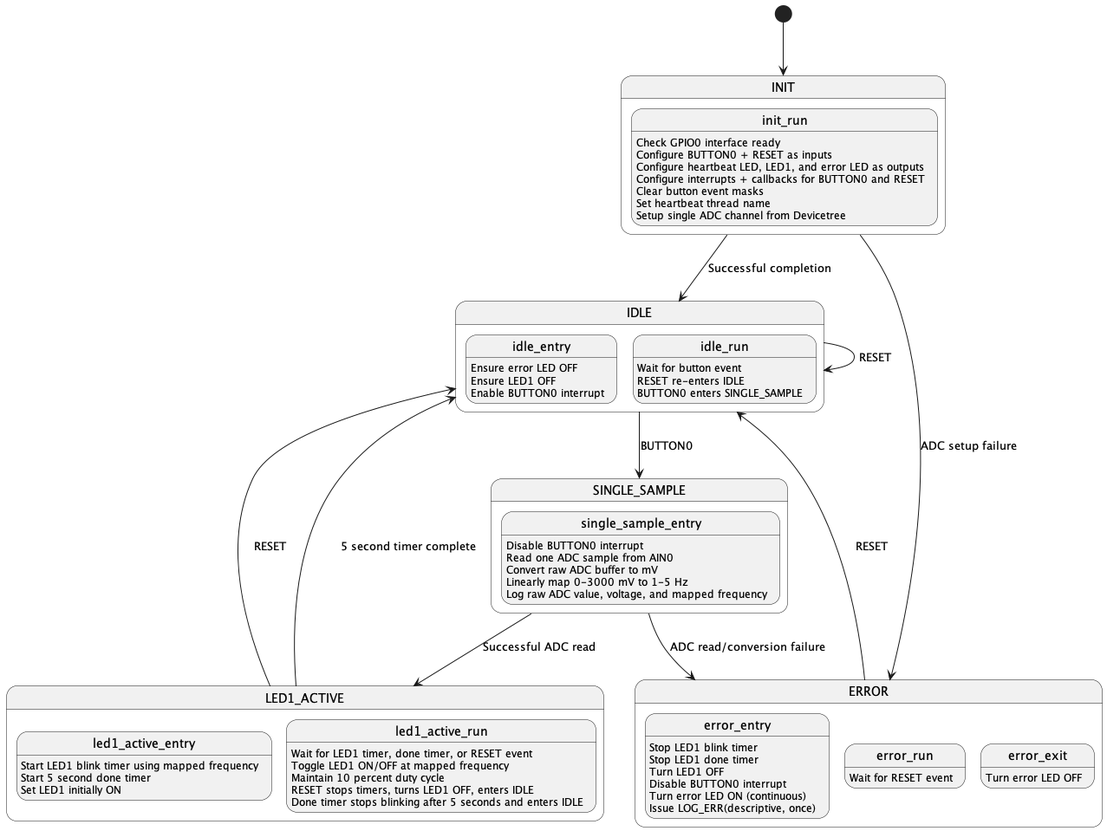
Before: docs/state_diagram.png, a diagram exported from PlantUML (nikhilmethi/ZephyrRTOS).
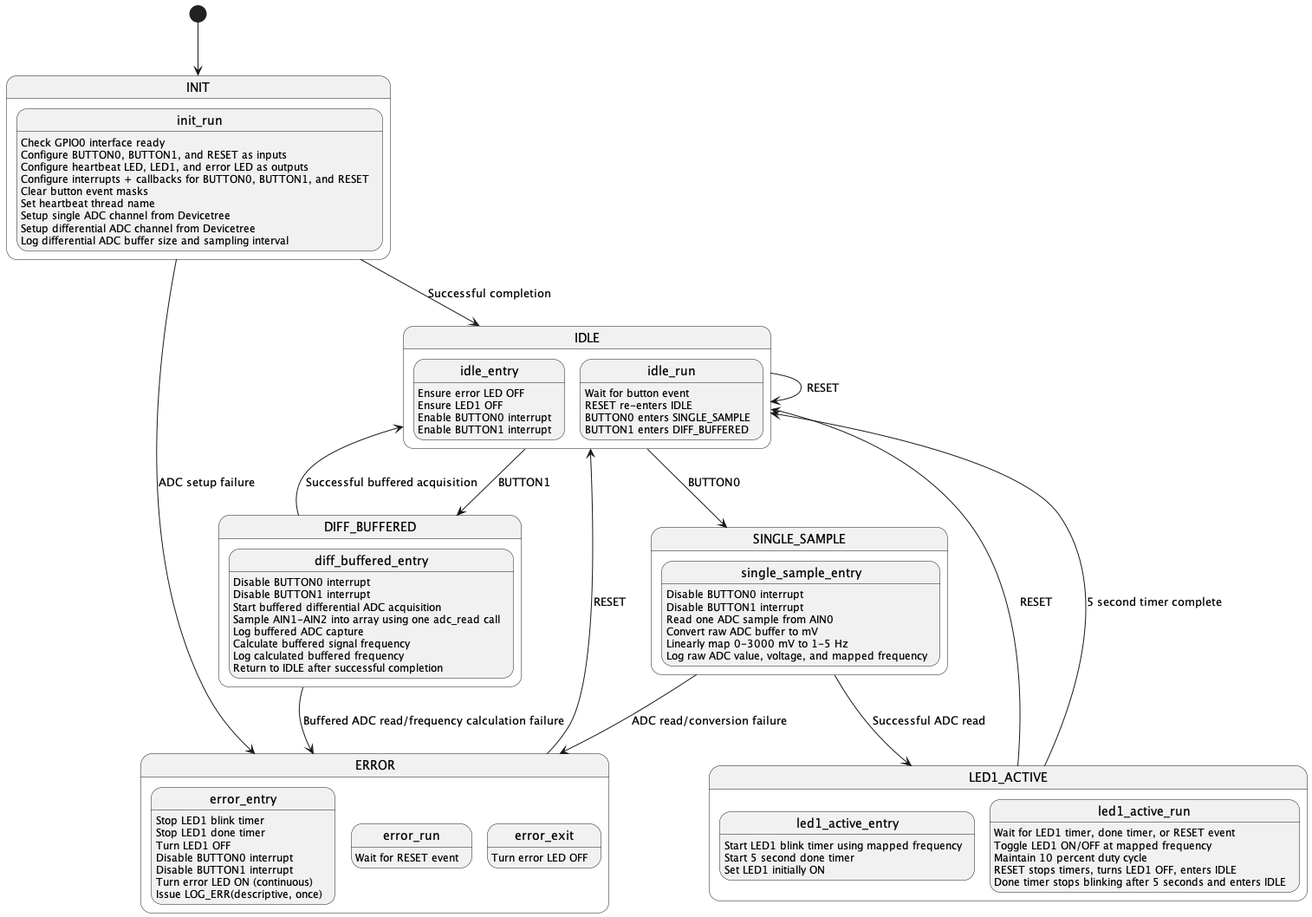
After the change.

Commit message:
update state and sequence diagrams to include buffered differential ADC flow and BUTTON1-triggered state transitions

What changed in the source:
```diff
@@ -3,12 +3,14 @@
 
 state INIT {
     init_run: Check GPIO0 interface ready
-    init_run: Configure BUTTON0 + RESET as inputs
+    init_run: Configure BUTTON0, BUTTON1, and RESET as inputs
     init_run: Configure heartbeat LED, LED1, and error LED as outputs
-    init_run: Configure interrupts + callbacks for BUTTON0 and RESET
+    init_run: Configure interrupts + callbacks for BUTTON0, BUTTON1, and RESET
     init_run: Clear button event masks
     init_run: Set heartbeat thread name
     init_run: Setup single ADC channel from Devicetree
+    init_run: Setup differential ADC channel from Devicetree
+    init_run: Log differential ADC buffer size and sampling interval
 }
 
 INIT -d-> IDLE : Successful completion
@@ -18,16 +20,20 @@
     idle_entry: Ensure error LED OFF
     idle_entry: Ensure LED1 OFF
     idle_entry: Enable BUTTON0 interrupt
+    idle_entry: Enable BUTTON1 interrupt
     idle_run: Wait for button event
     idle_run: RESET re-enters IDLE
     idle_run: BUTTON0 enters SINGLE_SAMPLE
+    idle_run: BUTTON1 enters DIFF_BUFFERED
 }
 
 IDLE --> IDLE : RESET
 IDLE --> SINGLE_SAMPLE : BUTTON0
+IDLE --> DIFF_BUFFERED : BUTTON1
 
 state SINGLE_SAMPLE {
     single_sample_entry: Disable BUTTON0 interrupt
+    single_sample_entry: Disable BUTTON1 interrupt
     single_sample_entry: Read one ADC sample from AIN0
     single_sample_entry: Convert raw ADC buffer to mV
     single_sample_entry: Linearly map 0-3000 mV to 1-5 Hz
@@ -51,11 +57,26 @@
 LED1_ACTIVE --> IDLE : RESET
 LED1_ACTIVE --> IDLE : 5 second timer complete
 
+state DIFF_BUFFERED {
+    diff_buffered_entry: Disable BUTTON0 interrupt
+    diff_buffered_entry: Disable BUTTON1 interrupt
+    diff_buffered_entry: Start buffered differential ADC acquisition
+    diff_buffered_entry: Sample AIN1-AIN2 into array using one adc_read call
+    diff_buffered_entry: Log buffered ADC capture
+    diff_buffered_entry: Calculate buffered signal frequency
+    diff_buffered_entry: Log calculated buffered frequency
+    diff_buffered_entry: Return to IDLE after successful completion
+}
+
+DIFF_BUFFERED --> IDLE : Successful buffered acquisition
+DIFF_BUFFERED --> ERROR : Buffered ADC read/frequency calculation failure
+
 state ERROR {
     error_entry: Stop LED1 blink timer
     error_entry: Stop LED1 done timer
     error_entry: Turn LED1 OFF
     error_entry: Disable BUTTON0 interrupt
+    error_entry: Disable BUTTON1 interrupt
     error_entry: Turn error LED ON (continuous)
     error_entry: Issue LOG_ERR(descriptive, once)
     error_run: Wait for RESET event
```
